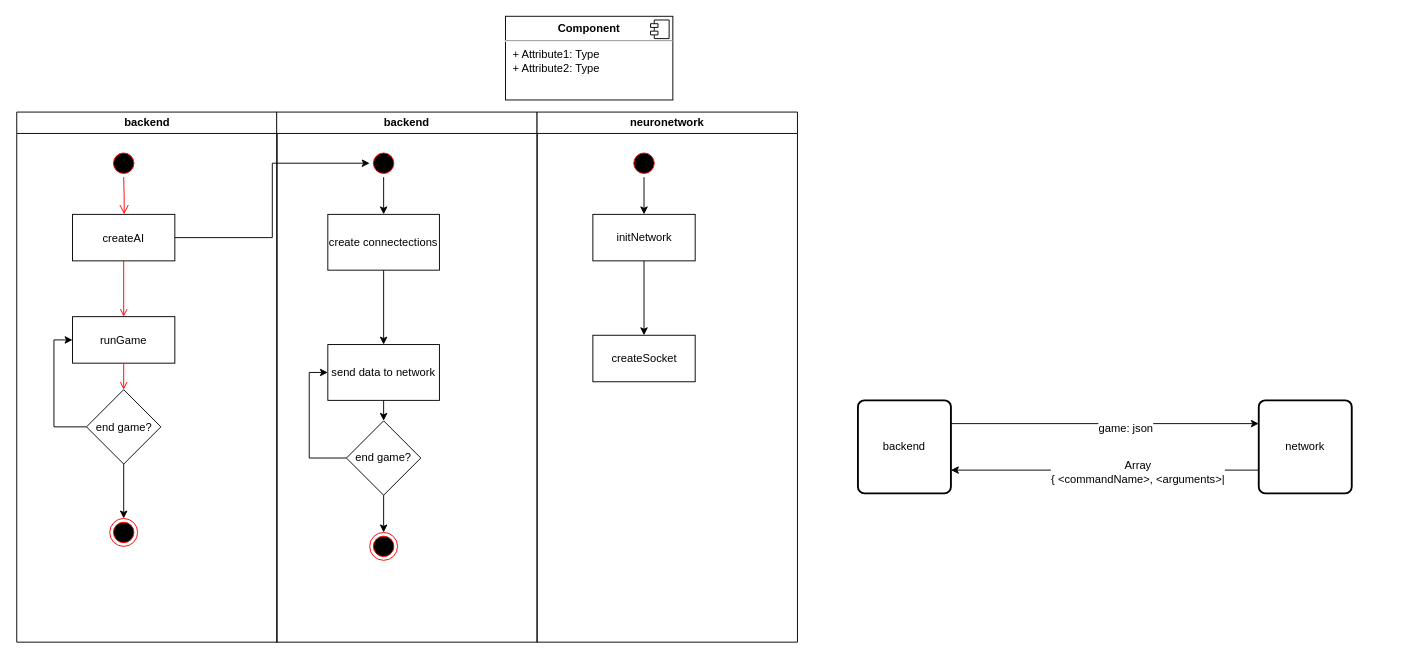
Above: Игрок против ИИ/AI mamagment.drawio in 7kia/dissertation-of-master-student (draw.io), before the change. Source tidied: cells renumbered, new cells numbered last; positions are measured from the earlier drawing's top-left corner, leaving out a move shared by most shapes. Both pictures are drawn from the tidied source at 93%, with x=0, y=0 at pixel (16, 16).
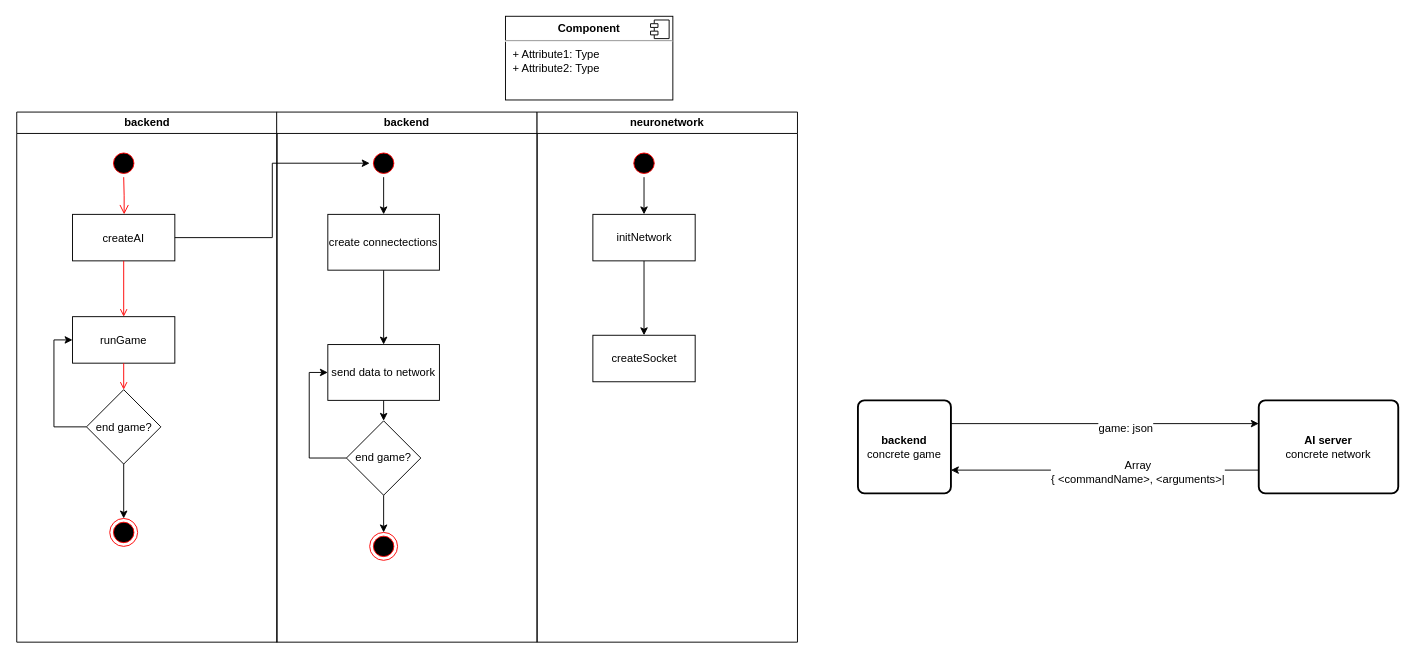
The same diagram, later.

Commit message:
В схеме не учтено наличие нескольких игр, и следовательно нескольких одновременно существующих ИИ

What changed in the source:
```diff
@@
-    <mxCell id="35" value="backend" style="rounded=1;whiteSpace=wrap;html=1;absoluteArcSize=1;arcSize=14;strokeWidth=2;" parent="1" vertex="1">
+    <mxCell id="35" value="&lt;div&gt;&lt;b&gt;backend&lt;/b&gt;&lt;/div&gt;&lt;div&gt;concrete game&lt;br&gt;&lt;/div&gt;" style="rounded=1;whiteSpace=wrap;html=1;absoluteArcSize=1;arcSize=14;strokeWidth=2;" parent="1" vertex="1">
       <mxGeometry x="905" y="413" width="100" height="100" as="geometry" />
     </mxCell>
@@
-    <mxCell id="38" value="network" style="rounded=1;whiteSpace=wrap;html=1;absoluteArcSize=1;arcSize=14;strokeWidth=2;" parent="1" vertex="1">
-      <mxGeometry x="1336" y="413" width="100" height="100" as="geometry" />
+    <mxCell id="38" value="&lt;div&gt;&lt;b&gt;AI server&lt;br&gt;&lt;/b&gt;&lt;/div&gt;&lt;div&gt;concrete network&lt;/div&gt;" style="rounded=1;whiteSpace=wrap;html=1;absoluteArcSize=1;arcSize=14;strokeWidth=2;" parent="1" vertex="1">
+      <mxGeometry x="1336" y="413" width="150" height="100" as="geometry" />
     </mxCell>
```
